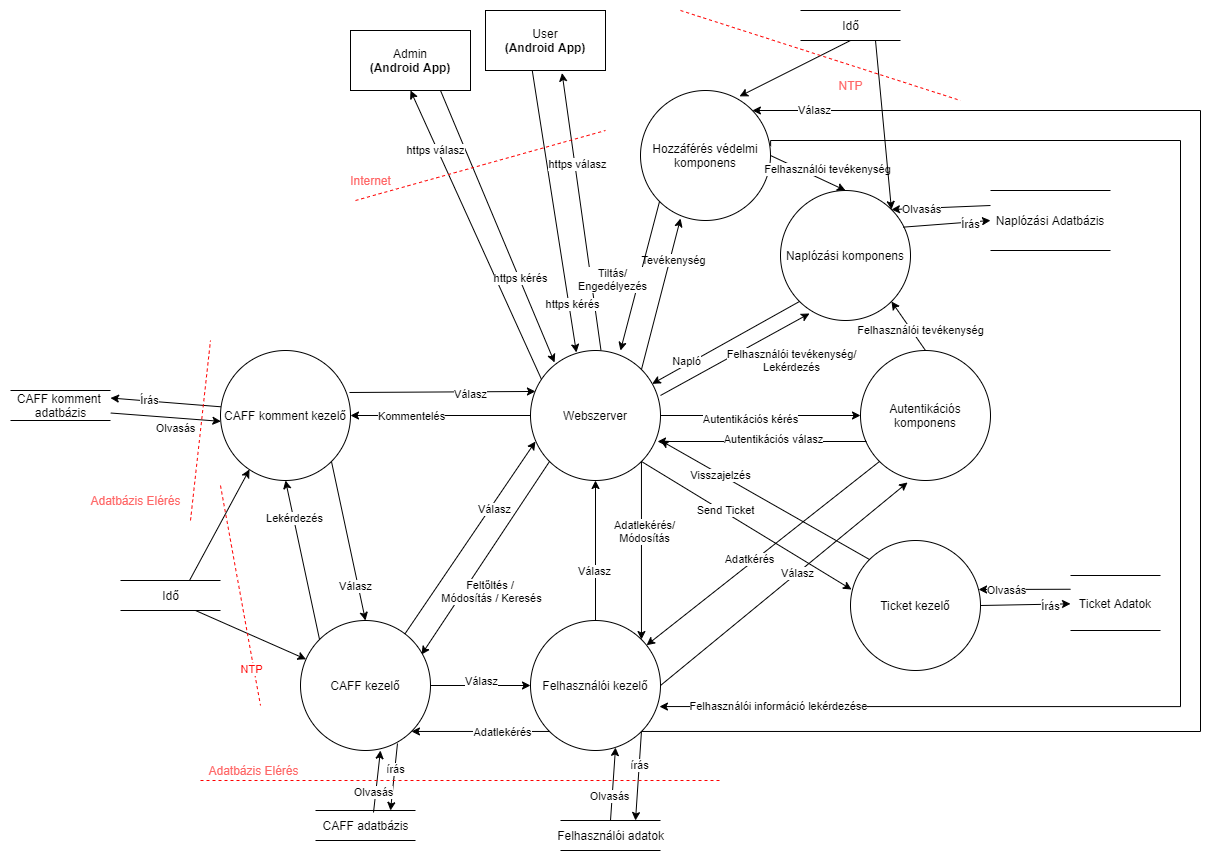
Above: plans/DataFlow.drawio.png in zuper1998/SzamBiztHF (draw.io), before the change. Source tidied: cells renumbered, new cells last; positions are measured from the earlier drawing's top-left corner, leaving out a move shared by most shapes.
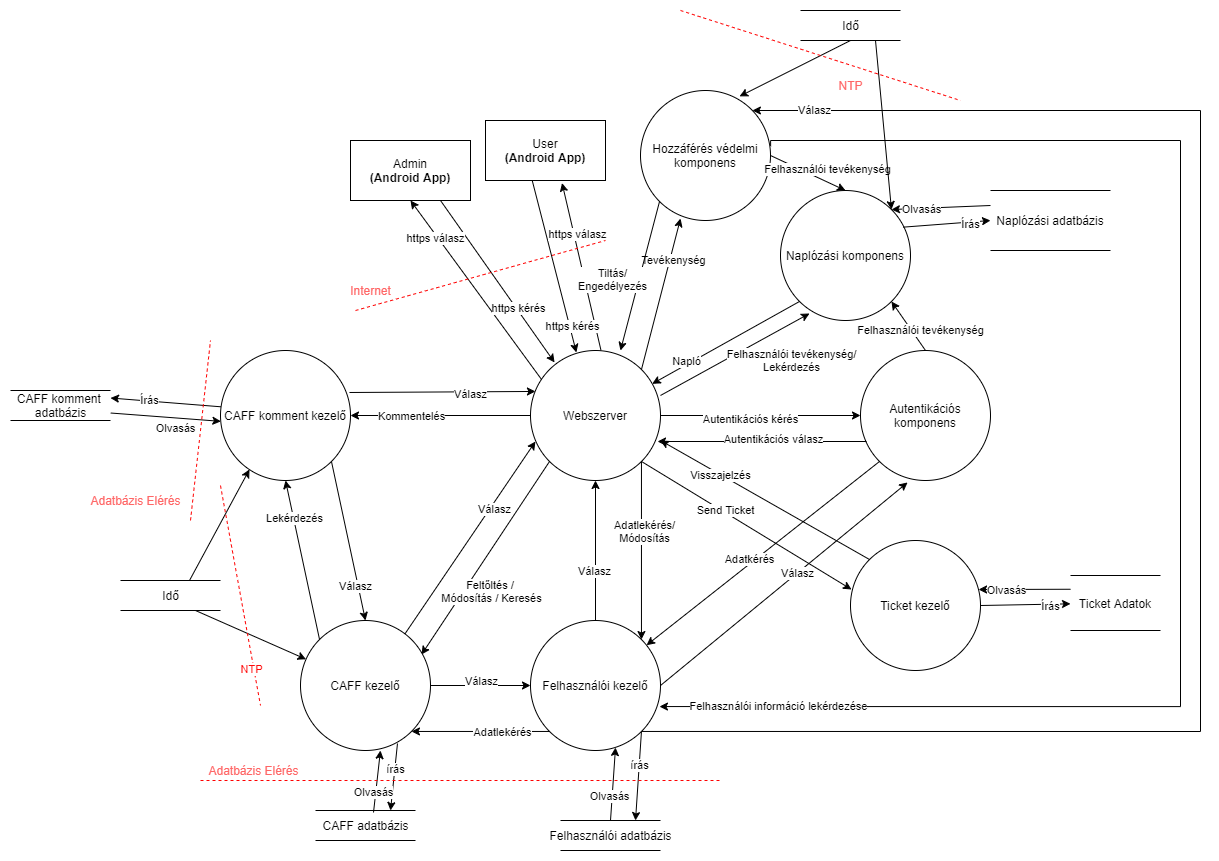
After the commit.

The edit, as a diff of the source:
```diff
@@ -82,7 +82,7 @@
       </mxGeometry>
     </mxCell>
     <mxCell id="23" value="User&lt;br&gt;&lt;b&gt;(Android App)&lt;/b&gt;" style="rounded=0;whiteSpace=wrap;html=1;" parent="1" vertex="1">
-      <mxGeometry x="475" width="120" height="60" as="geometry" />
+      <mxGeometry x="475" y="110" width="120" height="60" as="geometry" />
     </mxCell>
     <mxCell id="24" style="edgeStyle=none;rounded=0;jettySize=auto;html=1;exitX=0.75;exitY=1;exitDx=0;exitDy=0;entryX=0.185;entryY=0.092;entryDx=0;entryDy=0;entryPerimeter=0;" parent="1" edge="1" source="27" target="20">
       <mxGeometry relative="1" as="geometry" />
@@ -94,7 +94,7 @@
       <mxGeometry x="0.59" y="2" relative="1" as="geometry" />
     </mxCell>
     <mxCell id="27" value="Admin&lt;br&gt;&lt;b&gt;(Android App)&lt;/b&gt;" style="rounded=0;whiteSpace=wrap;html=1;" parent="1" vertex="1">
-      <mxGeometry x="340" y="20" width="120" height="60" as="geometry" />
+      <mxGeometry x="340" y="130" width="120" height="60" as="geometry" />
     </mxCell>
     <mxCell id="28" style="edgeStyle=none;rounded=0;jettySize=auto;html=1;exitX=0;exitY=1;exitDx=0;exitDy=0;" parent="1" edge="1" source="33" target="46">
       <mxGeometry relative="1" as="geometry" />
@@ -189,7 +189,7 @@
     <mxCell id="55" value="Olvasás" style="edgeLabel;html=1;align=center;verticalAlign=middle;" parent="54" vertex="1">
       <mxGeometry x="-0.35" y="3" relative="1" as="geometry" />
     </mxCell>
-    <mxCell id="56" value="Felhasználói adatok" style="html=1;dashed=0;whitespace=wrap;shape=partialRectangle;right=0;left=0;" parent="1" vertex="1">
+    <mxCell id="56" value="Felhasználói&amp;nbsp;&lt;span&gt;adatbázis&lt;/span&gt;" style="html=1;dashed=0;whitespace=wrap;shape=partialRectangle;right=0;left=0;" parent="1" vertex="1">
       <mxGeometry x="550" y="810" width="100" height="30" as="geometry" />
     </mxCell>
     <mxCell id="57" style="edgeStyle=none;rounded=0;jettySize=auto;html=1;exitX=1;exitY=0.5;exitDx=0;exitDy=0;entryX=0;entryY=0.5;entryDx=0;entryDy=0;" parent="1" edge="1" source="63" target="46">
@@ -286,12 +286,12 @@
     </mxCell>
     <mxCell id="84" style="endArrow=none;dashed=1;html=1;rounded=0;fillColor=#f8cecc;strokeColor=#FF0000;" parent="1" edge="1">
       <mxGeometry relative="1" as="geometry">
-        <mxPoint x="345" y="190" as="sourcePoint" />
-        <mxPoint x="595" y="120" as="targetPoint" />
+        <mxPoint x="345" y="300" as="sourcePoint" />
+        <mxPoint x="595" y="230" as="targetPoint" />
       </mxGeometry>
     </mxCell>
     <mxCell id="85" value="&lt;font color=&quot;#ff6666&quot;&gt;Internet&lt;/font&gt;" style="text;html=1;align=center;verticalAlign=middle;strokeColor=none;fillColor=none;" parent="1" vertex="1">
-      <mxGeometry x="330" y="160" width="60" height="20" as="geometry" />
+      <mxGeometry x="330" y="270" width="60" height="20" as="geometry" />
     </mxCell>
     <mxCell id="86" style="endArrow=none;dashed=1;html=1;rounded=0;fillColor=#f8cecc;strokeColor=#FF0000;" parent="1" edge="1">
       <mxGeometry relative="1" as="geometry">
@@ -355,7 +355,7 @@
     <mxCell id="102" value="Ticket Adatok" style="shape=partialRectangle;whiteSpace=wrap;html=1;left=0;right=0;fillColor=none;" parent="1" vertex="1">
       <mxGeometry x="1060" y="565" width="90" height="55" as="geometry" />
     </mxCell>
-    <mxCell id="103" value="Naplózási Adatbázis" style="shape=partialRectangle;whiteSpace=wrap;html=1;left=0;right=0;fillColor=none;" parent="1" vertex="1">
+    <mxCell id="103" value="Naplózási adatbázis" style="shape=partialRectangle;whiteSpace=wrap;html=1;left=0;right=0;fillColor=none;" parent="1" vertex="1">
       <mxGeometry x="980" y="180" width="120" height="60" as="geometry" />
     </mxCell>
     <mxCell id="104" style="edgeStyle=none;rounded=0;jettySize=auto;html=1;exitX=0;exitY=0.25;exitDx=0;exitDy=0;entryX=1;entryY=0;entryDx=0;entryDy=0;" parent="1" edge="1" source="103" target="75">
```
